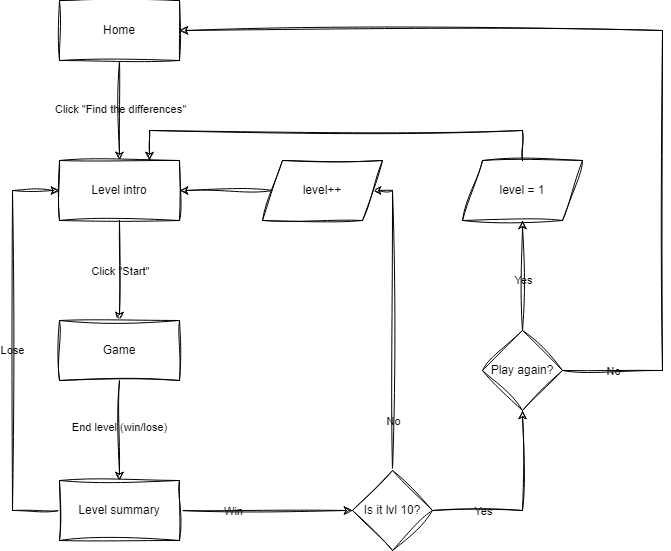
The draw.io diagram flowchart.png in vasilyoshev/ai-assistant, before a commit. Source tidied: cells renumbered, new cells last; positions are measured from the earlier drawing's top-left corner, leaving out a move shared by most shapes. The source it was exported from:
```xml
<mxGraphModel>
  <root>
    <mxCell id="0" />
    <mxCell id="1" parent="0" />
    <mxCell id="2" style="edgeStyle=orthogonalEdgeStyle;rounded=0;jettySize=auto;html=1;labelBackgroundColor=none;fontColor=default;sketch=1;curveFitting=1;jiggle=2;" parent="1" edge="1" source="4" target="7">
      <mxGeometry relative="1" as="geometry" />
    </mxCell>
    <mxCell id="3" value="Click &quot;Find the differences&quot;" style="edgeLabel;html=1;align=center;verticalAlign=middle;labelBackgroundColor=none;rounded=0;sketch=1;curveFitting=1;jiggle=2;" parent="2" vertex="1">
      <mxGeometry x="-0.04" relative="1" as="geometry" />
    </mxCell>
    <mxCell id="4" value="Home" style="rounded=0;whiteSpace=wrap;html=1;labelBackgroundColor=none;sketch=1;curveFitting=1;jiggle=2;" parent="1" vertex="1">
      <mxGeometry x="47" width="120" height="60" as="geometry" />
    </mxCell>
    <mxCell id="5" style="edgeStyle=orthogonalEdgeStyle;rounded=0;jettySize=auto;html=1;exitX=0.5;exitY=1;exitDx=0;exitDy=0;entryX=0.5;entryY=0;entryDx=0;entryDy=0;labelBackgroundColor=none;fontColor=default;sketch=1;curveFitting=1;jiggle=2;" parent="1" edge="1" source="7" target="10">
      <mxGeometry relative="1" as="geometry" />
    </mxCell>
    <mxCell id="6" value="Click &quot;Start&quot;" style="edgeLabel;html=1;align=center;verticalAlign=middle;labelBackgroundColor=none;rounded=0;sketch=1;curveFitting=1;jiggle=2;" parent="5" vertex="1">
      <mxGeometry relative="1" as="geometry" />
    </mxCell>
    <mxCell id="7" value="Level intro" style="rounded=0;whiteSpace=wrap;html=1;labelBackgroundColor=none;sketch=1;curveFitting=1;jiggle=2;" parent="1" vertex="1">
      <mxGeometry x="47" y="160" width="120" height="60" as="geometry" />
    </mxCell>
    <mxCell id="8" style="edgeStyle=orthogonalEdgeStyle;rounded=0;jettySize=auto;html=1;entryX=0.5;entryY=0;entryDx=0;entryDy=0;labelBackgroundColor=none;fontColor=default;sketch=1;curveFitting=1;jiggle=2;" parent="1" edge="1" source="10" target="15">
      <mxGeometry relative="1" as="geometry" />
    </mxCell>
    <mxCell id="9" value="End level (win/lose)" style="edgeLabel;html=1;align=center;verticalAlign=middle;labelBackgroundColor=none;rounded=0;sketch=1;curveFitting=1;jiggle=2;" parent="8" vertex="1">
      <mxGeometry x="-0.08" y="-1" relative="1" as="geometry" />
    </mxCell>
    <mxCell id="10" value="Game" style="rounded=0;whiteSpace=wrap;html=1;labelBackgroundColor=none;sketch=1;curveFitting=1;jiggle=2;" parent="1" vertex="1">
      <mxGeometry x="47" y="320" width="120" height="60" as="geometry" />
    </mxCell>
    <mxCell id="11" style="edgeStyle=orthogonalEdgeStyle;rounded=0;jettySize=auto;html=1;entryX=0;entryY=0.5;entryDx=0;entryDy=0;labelBackgroundColor=none;fontColor=default;sketch=1;curveFitting=1;jiggle=2;" parent="1" edge="1" source="15" target="7">
      <mxGeometry relative="1" as="geometry">
        <Array as="points">
          <mxPoint y="510" />
          <mxPoint y="190" />
        </Array>
      </mxGeometry>
    </mxCell>
    <mxCell id="12" value="Lose" style="edgeLabel;html=1;align=center;verticalAlign=middle;labelBackgroundColor=none;rounded=0;sketch=1;curveFitting=1;jiggle=2;" parent="11" vertex="1">
      <mxGeometry x="0.01" y="1" relative="1" as="geometry" />
    </mxCell>
    <mxCell id="13" style="edgeStyle=orthogonalEdgeStyle;rounded=0;jettySize=auto;html=1;exitX=1;exitY=0.5;exitDx=0;exitDy=0;labelBackgroundColor=none;fontColor=default;sketch=1;curveFitting=1;jiggle=2;" parent="1" edge="1" source="15" target="20">
      <mxGeometry relative="1" as="geometry" />
    </mxCell>
    <mxCell id="14" value="Win" style="edgeLabel;html=1;align=center;verticalAlign=middle;labelBackgroundColor=none;rounded=0;sketch=1;curveFitting=1;jiggle=2;" parent="13" vertex="1">
      <mxGeometry x="-0.2" y="-1" relative="1" as="geometry">
        <mxPoint x="-16" y="-1" as="offset" />
      </mxGeometry>
    </mxCell>
    <mxCell id="15" value="Level summary" style="rounded=0;whiteSpace=wrap;html=1;labelBackgroundColor=none;sketch=1;curveFitting=1;jiggle=2;" parent="1" vertex="1">
      <mxGeometry x="47" y="480" width="120" height="60" as="geometry" />
    </mxCell>
    <mxCell id="16" style="edgeStyle=orthogonalEdgeStyle;rounded=0;jettySize=auto;html=1;exitX=0.5;exitY=0;exitDx=0;exitDy=0;entryX=1;entryY=0.5;entryDx=0;entryDy=0;labelBackgroundColor=none;fontColor=default;sketch=1;curveFitting=1;jiggle=2;" parent="1" edge="1" source="20" target="22">
      <mxGeometry relative="1" as="geometry">
        <Array as="points">
          <mxPoint x="380" y="190" />
        </Array>
      </mxGeometry>
    </mxCell>
    <mxCell id="17" value="No" style="edgeLabel;html=1;align=center;verticalAlign=middle;labelBackgroundColor=none;rounded=0;sketch=1;curveFitting=1;jiggle=2;" parent="16" vertex="1">
      <mxGeometry x="0.29" y="2" relative="1" as="geometry">
        <mxPoint x="2" y="143" as="offset" />
      </mxGeometry>
    </mxCell>
    <mxCell id="18" style="edgeStyle=orthogonalEdgeStyle;rounded=0;jettySize=auto;html=1;entryX=0.5;entryY=1;entryDx=0;entryDy=0;labelBackgroundColor=none;fontColor=default;sketch=1;curveFitting=1;jiggle=2;" parent="1" edge="1" source="20" target="27">
      <mxGeometry relative="1" as="geometry" />
    </mxCell>
    <mxCell id="19" value="Yes" style="edgeLabel;html=1;align=center;verticalAlign=middle;labelBackgroundColor=none;rounded=0;sketch=1;curveFitting=1;jiggle=2;" parent="18" vertex="1">
      <mxGeometry x="-0.02" relative="1" as="geometry">
        <mxPoint x="-40" y="3" as="offset" />
      </mxGeometry>
    </mxCell>
    <mxCell id="20" value="Is it lvl 10?" style="rhombus;whiteSpace=wrap;html=1;labelBackgroundColor=none;rounded=0;sketch=1;curveFitting=1;jiggle=2;" parent="1" vertex="1">
      <mxGeometry x="340" y="470" width="80" height="80" as="geometry" />
    </mxCell>
    <mxCell id="21" style="edgeStyle=orthogonalEdgeStyle;rounded=0;jettySize=auto;html=1;labelBackgroundColor=none;fontColor=default;sketch=1;curveFitting=1;jiggle=2;" parent="1" edge="1" source="22" target="7">
      <mxGeometry relative="1" as="geometry" />
    </mxCell>
    <mxCell id="22" value="level++" style="shape=parallelogram;perimeter=parallelogramPerimeter;whiteSpace=wrap;html=1;fixedSize=1;labelBackgroundColor=none;rounded=0;sketch=1;curveFitting=1;jiggle=2;" parent="1" vertex="1">
      <mxGeometry x="250" y="160" width="120" height="60" as="geometry" />
    </mxCell>
    <mxCell id="23" style="edgeStyle=orthogonalEdgeStyle;rounded=0;jettySize=auto;html=1;entryX=0.5;entryY=1;entryDx=0;entryDy=0;labelBackgroundColor=none;fontColor=default;sketch=1;curveFitting=1;jiggle=2;" parent="1" edge="1" source="27" target="29">
      <mxGeometry relative="1" as="geometry" />
    </mxCell>
    <mxCell id="24" value="Yes" style="edgeLabel;html=1;align=center;verticalAlign=middle;labelBackgroundColor=none;rounded=0;sketch=1;curveFitting=1;jiggle=2;" parent="23" vertex="1">
      <mxGeometry x="-0.01" relative="1" as="geometry">
        <mxPoint y="4" as="offset" />
      </mxGeometry>
    </mxCell>
    <mxCell id="25" style="edgeStyle=orthogonalEdgeStyle;rounded=0;jettySize=auto;html=1;entryX=1;entryY=0.5;entryDx=0;entryDy=0;labelBackgroundColor=none;fontColor=default;sketch=1;curveFitting=1;jiggle=2;" parent="1" edge="1" source="27" target="4">
      <mxGeometry relative="1" as="geometry">
        <Array as="points">
          <mxPoint x="650" y="370" />
          <mxPoint x="650" y="30" />
        </Array>
      </mxGeometry>
    </mxCell>
    <mxCell id="26" value="No" style="edgeLabel;html=1;align=center;verticalAlign=middle;labelBackgroundColor=none;rounded=0;sketch=1;curveFitting=1;jiggle=2;" parent="25" vertex="1">
      <mxGeometry x="-0.44" y="-1" relative="1" as="geometry">
        <mxPoint x="-51" y="158" as="offset" />
      </mxGeometry>
    </mxCell>
    <mxCell id="27" value="Play again?" style="rhombus;whiteSpace=wrap;html=1;labelBackgroundColor=none;rounded=0;sketch=1;curveFitting=1;jiggle=2;" parent="1" vertex="1">
      <mxGeometry x="470" y="330" width="80" height="80" as="geometry" />
    </mxCell>
    <mxCell id="28" style="edgeStyle=orthogonalEdgeStyle;rounded=0;jettySize=auto;html=1;entryX=0.75;entryY=0;entryDx=0;entryDy=0;labelBackgroundColor=none;fontColor=default;sketch=1;curveFitting=1;jiggle=2;" parent="1" edge="1" source="29" target="7">
      <mxGeometry relative="1" as="geometry">
        <Array as="points">
          <mxPoint x="510" y="130" />
          <mxPoint x="137" y="130" />
        </Array>
      </mxGeometry>
    </mxCell>
    <mxCell id="29" value="level = 1" style="shape=parallelogram;perimeter=parallelogramPerimeter;whiteSpace=wrap;html=1;fixedSize=1;labelBackgroundColor=none;rounded=0;sketch=1;curveFitting=1;jiggle=2;" parent="1" vertex="1">
      <mxGeometry x="450" y="160" width="120" height="60" as="geometry" />
    </mxCell>
  </root>
</mxGraphModel>
```
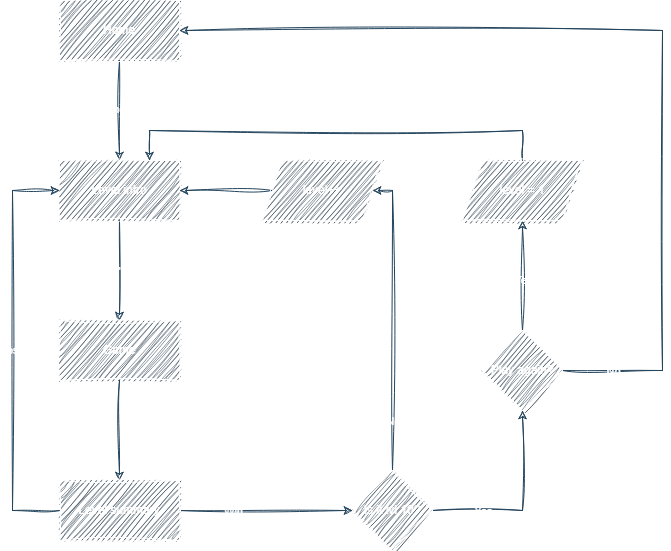
After the change.

Diff of the diagram source:
```diff
@@ -2,34 +2,34 @@
   <root>
     <mxCell id="0" />
     <mxCell id="1" parent="0" />
-    <mxCell id="2" style="edgeStyle=orthogonalEdgeStyle;rounded=0;jettySize=auto;html=1;labelBackgroundColor=none;fontColor=default;sketch=1;curveFitting=1;jiggle=2;" parent="1" edge="1" source="4" target="7">
+    <mxCell id="2" style="edgeStyle=orthogonalEdgeStyle;rounded=0;jettySize=auto;html=1;labelBackgroundColor=none;fontColor=default;strokeColor=#23445D;sketch=1;curveFitting=1;jiggle=2;" parent="1" edge="1" source="4" target="7">
       <mxGeometry relative="1" as="geometry" />
     </mxCell>
-    <mxCell id="3" value="Click &quot;Find the differences&quot;" style="edgeLabel;html=1;align=center;verticalAlign=middle;labelBackgroundColor=none;rounded=0;sketch=1;curveFitting=1;jiggle=2;" parent="2" vertex="1">
+    <mxCell id="3" value="Click &quot;Find the differences&quot;" style="edgeLabel;html=1;align=center;verticalAlign=middle;labelBackgroundColor=none;rounded=0;fontColor=#FFFFFF;sketch=1;curveFitting=1;jiggle=2;" parent="2" vertex="1">
       <mxGeometry x="-0.04" relative="1" as="geometry" />
     </mxCell>
-    <mxCell id="4" value="Home" style="rounded=0;whiteSpace=wrap;html=1;labelBackgroundColor=none;sketch=1;curveFitting=1;jiggle=2;" parent="1" vertex="1">
+    <mxCell id="4" value="Home" style="rounded=0;whiteSpace=wrap;html=1;labelBackgroundColor=none;fillColor=#182E3E;strokeColor=#FFFFFF;fontColor=#FFFFFF;sketch=1;curveFitting=1;jiggle=2;" parent="1" vertex="1">
       <mxGeometry x="47" width="120" height="60" as="geometry" />
     </mxCell>
-    <mxCell id="5" style="edgeStyle=orthogonalEdgeStyle;rounded=0;jettySize=auto;html=1;exitX=0.5;exitY=1;exitDx=0;exitDy=0;entryX=0.5;entryY=0;entryDx=0;entryDy=0;labelBackgroundColor=none;fontColor=default;sketch=1;curveFitting=1;jiggle=2;" parent="1" edge="1" source="7" target="10">
+    <mxCell id="5" style="edgeStyle=orthogonalEdgeStyle;rounded=0;jettySize=auto;html=1;exitX=0.5;exitY=1;exitDx=0;exitDy=0;entryX=0.5;entryY=0;entryDx=0;entryDy=0;labelBackgroundColor=none;fontColor=default;strokeColor=#23445D;sketch=1;curveFitting=1;jiggle=2;" parent="1" edge="1" source="7" target="10">
       <mxGeometry relative="1" as="geometry" />
     </mxCell>
-    <mxCell id="6" value="Click &quot;Start&quot;" style="edgeLabel;html=1;align=center;verticalAlign=middle;labelBackgroundColor=none;rounded=0;sketch=1;curveFitting=1;jiggle=2;" parent="5" vertex="1">
+    <mxCell id="6" value="Click &quot;Start&quot;" style="edgeLabel;html=1;align=center;verticalAlign=middle;labelBackgroundColor=none;rounded=0;fontColor=#FFFFFF;sketch=1;curveFitting=1;jiggle=2;" parent="5" vertex="1">
       <mxGeometry relative="1" as="geometry" />
     </mxCell>
-    <mxCell id="7" value="Level intro" style="rounded=0;whiteSpace=wrap;html=1;labelBackgroundColor=none;sketch=1;curveFitting=1;jiggle=2;" parent="1" vertex="1">
+    <mxCell id="7" value="Level intro" style="rounded=0;whiteSpace=wrap;html=1;labelBackgroundColor=none;fillColor=#182E3E;strokeColor=#FFFFFF;fontColor=#FFFFFF;sketch=1;curveFitting=1;jiggle=2;" parent="1" vertex="1">
       <mxGeometry x="47" y="160" width="120" height="60" as="geometry" />
     </mxCell>
-    <mxCell id="8" style="edgeStyle=orthogonalEdgeStyle;rounded=0;jettySize=auto;html=1;entryX=0.5;entryY=0;entryDx=0;entryDy=0;labelBackgroundColor=none;fontColor=default;sketch=1;curveFitting=1;jiggle=2;" parent="1" edge="1" source="10" target="15">
+    <mxCell id="8" style="edgeStyle=orthogonalEdgeStyle;rounded=0;jettySize=auto;html=1;entryX=0.5;entryY=0;entryDx=0;entryDy=0;labelBackgroundColor=none;fontColor=default;strokeColor=#23445D;sketch=1;curveFitting=1;jiggle=2;" parent="1" edge="1" source="10" target="15">
       <mxGeometry relative="1" as="geometry" />
     </mxCell>
-    <mxCell id="9" value="End level (win/lose)" style="edgeLabel;html=1;align=center;verticalAlign=middle;labelBackgroundColor=none;rounded=0;sketch=1;curveFitting=1;jiggle=2;" parent="8" vertex="1">
+    <mxCell id="9" value="End level (win/lose)" style="edgeLabel;html=1;align=center;verticalAlign=middle;labelBackgroundColor=none;rounded=0;fontColor=#FFFFFF;sketch=1;curveFitting=1;jiggle=2;" parent="8" vertex="1">
       <mxGeometry x="-0.08" y="-1" relative="1" as="geometry" />
     </mxCell>
-    <mxCell id="10" value="Game" style="rounded=0;whiteSpace=wrap;html=1;labelBackgroundColor=none;sketch=1;curveFitting=1;jiggle=2;" parent="1" vertex="1">
+    <mxCell id="10" value="Game" style="rounded=0;whiteSpace=wrap;html=1;labelBackgroundColor=none;fillColor=#182E3E;strokeColor=#FFFFFF;fontColor=#FFFFFF;sketch=1;curveFitting=1;jiggle=2;" parent="1" vertex="1">
       <mxGeometry x="47" y="320" width="120" height="60" as="geometry" />
     </mxCell>
-    <mxCell id="11" style="edgeStyle=orthogonalEdgeStyle;rounded=0;jettySize=auto;html=1;entryX=0;entryY=0.5;entryDx=0;entryDy=0;labelBackgroundColor=none;fontColor=default;sketch=1;curveFitting=1;jiggle=2;" parent="1" edge="1" source="15" target="7">
+    <mxCell id="11" style="edgeStyle=orthogonalEdgeStyle;rounded=0;jettySize=auto;html=1;entryX=0;entryY=0.5;entryDx=0;entryDy=0;labelBackgroundColor=none;fontColor=default;strokeColor=#23445D;sketch=1;curveFitting=1;jiggle=2;" parent="1" edge="1" source="15" target="7">
       <mxGeometry relative="1" as="geometry">
         <Array as="points">
           <mxPoint y="510" />
@@ -37,58 +37,58 @@
         </Array>
       </mxGeometry>
     </mxCell>
-    <mxCell id="12" value="Lose" style="edgeLabel;html=1;align=center;verticalAlign=middle;labelBackgroundColor=none;rounded=0;sketch=1;curveFitting=1;jiggle=2;" parent="11" vertex="1">
+    <mxCell id="12" value="Lose" style="edgeLabel;html=1;align=center;verticalAlign=middle;labelBackgroundColor=none;rounded=0;fontColor=#FFFFFF;sketch=1;curveFitting=1;jiggle=2;" parent="11" vertex="1">
       <mxGeometry x="0.01" y="1" relative="1" as="geometry" />
     </mxCell>
-    <mxCell id="13" style="edgeStyle=orthogonalEdgeStyle;rounded=0;jettySize=auto;html=1;exitX=1;exitY=0.5;exitDx=0;exitDy=0;labelBackgroundColor=none;fontColor=default;sketch=1;curveFitting=1;jiggle=2;" parent="1" edge="1" source="15" target="20">
+    <mxCell id="13" style="edgeStyle=orthogonalEdgeStyle;rounded=0;jettySize=auto;html=1;exitX=1;exitY=0.5;exitDx=0;exitDy=0;labelBackgroundColor=none;fontColor=default;strokeColor=#23445D;sketch=1;curveFitting=1;jiggle=2;" parent="1" edge="1" source="15" target="20">
       <mxGeometry relative="1" as="geometry" />
     </mxCell>
-    <mxCell id="14" value="Win" style="edgeLabel;html=1;align=center;verticalAlign=middle;labelBackgroundColor=none;rounded=0;sketch=1;curveFitting=1;jiggle=2;" parent="13" vertex="1">
+    <mxCell id="14" value="Win" style="edgeLabel;html=1;align=center;verticalAlign=middle;labelBackgroundColor=none;rounded=0;fontColor=#FFFFFF;sketch=1;curveFitting=1;jiggle=2;" parent="13" vertex="1">
       <mxGeometry x="-0.2" y="-1" relative="1" as="geometry">
         <mxPoint x="-16" y="-1" as="offset" />
       </mxGeometry>
     </mxCell>
-    <mxCell id="15" value="Level summary" style="rounded=0;whiteSpace=wrap;html=1;labelBackgroundColor=none;sketch=1;curveFitting=1;jiggle=2;" parent="1" vertex="1">
+    <mxCell id="15" value="Level summary" style="rounded=0;whiteSpace=wrap;html=1;labelBackgroundColor=none;fillColor=#182E3E;strokeColor=#FFFFFF;fontColor=#FFFFFF;sketch=1;curveFitting=1;jiggle=2;" parent="1" vertex="1">
       <mxGeometry x="47" y="480" width="120" height="60" as="geometry" />
     </mxCell>
-    <mxCell id="16" style="edgeStyle=orthogonalEdgeStyle;rounded=0;jettySize=auto;html=1;exitX=0.5;exitY=0;exitDx=0;exitDy=0;entryX=1;entryY=0.5;entryDx=0;entryDy=0;labelBackgroundColor=none;fontColor=default;sketch=1;curveFitting=1;jiggle=2;" parent="1" edge="1" source="20" target="22">
+    <mxCell id="16" style="edgeStyle=orthogonalEdgeStyle;rounded=0;jettySize=auto;html=1;exitX=0.5;exitY=0;exitDx=0;exitDy=0;entryX=1;entryY=0.5;entryDx=0;entryDy=0;labelBackgroundColor=none;fontColor=default;strokeColor=#23445D;sketch=1;curveFitting=1;jiggle=2;" parent="1" edge="1" source="20" target="22">
       <mxGeometry relative="1" as="geometry">
         <Array as="points">
           <mxPoint x="380" y="190" />
         </Array>
       </mxGeometry>
     </mxCell>
-    <mxCell id="17" value="No" style="edgeLabel;html=1;align=center;verticalAlign=middle;labelBackgroundColor=none;rounded=0;sketch=1;curveFitting=1;jiggle=2;" parent="16" vertex="1">
+    <mxCell id="17" value="No" style="edgeLabel;html=1;align=center;verticalAlign=middle;labelBackgroundColor=none;rounded=0;fontColor=#FFFFFF;sketch=1;curveFitting=1;jiggle=2;" parent="16" vertex="1">
       <mxGeometry x="0.29" y="2" relative="1" as="geometry">
         <mxPoint x="2" y="143" as="offset" />
       </mxGeometry>
     </mxCell>
-    <mxCell id="18" style="edgeStyle=orthogonalEdgeStyle;rounded=0;jettySize=auto;html=1;entryX=0.5;entryY=1;entryDx=0;entryDy=0;labelBackgroundColor=none;fontColor=default;sketch=1;curveFitting=1;jiggle=2;" parent="1" edge="1" source="20" target="27">
+    <mxCell id="18" style="edgeStyle=orthogonalEdgeStyle;rounded=0;jettySize=auto;html=1;entryX=0.5;entryY=1;entryDx=0;entryDy=0;labelBackgroundColor=none;fontColor=default;strokeColor=#23445D;sketch=1;curveFitting=1;jiggle=2;" parent="1" edge="1" source="20" target="27">
       <mxGeometry relative="1" as="geometry" />
     </mxCell>
-    <mxCell id="19" value="Yes" style="edgeLabel;html=1;align=center;verticalAlign=middle;labelBackgroundColor=none;rounded=0;sketch=1;curveFitting=1;jiggle=2;" parent="18" vertex="1">
+    <mxCell id="19" value="Yes" style="edgeLabel;html=1;align=center;verticalAlign=middle;labelBackgroundColor=none;rounded=0;fontColor=#FFFFFF;sketch=1;curveFitting=1;jiggle=2;" parent="18" vertex="1">
       <mxGeometry x="-0.02" relative="1" as="geometry">
         <mxPoint x="-40" y="3" as="offset" />
       </mxGeometry>
     </mxCell>
-    <mxCell id="20" value="Is it lvl 10?" style="rhombus;whiteSpace=wrap;html=1;labelBackgroundColor=none;rounded=0;sketch=1;curveFitting=1;jiggle=2;" parent="1" vertex="1">
+    <mxCell id="20" value="Is it lvl 10?" style="rhombus;whiteSpace=wrap;html=1;labelBackgroundColor=none;rounded=0;fillColor=#182E3E;strokeColor=#FFFFFF;fontColor=#FFFFFF;sketch=1;curveFitting=1;jiggle=2;" parent="1" vertex="1">
       <mxGeometry x="340" y="470" width="80" height="80" as="geometry" />
     </mxCell>
-    <mxCell id="21" style="edgeStyle=orthogonalEdgeStyle;rounded=0;jettySize=auto;html=1;labelBackgroundColor=none;fontColor=default;sketch=1;curveFitting=1;jiggle=2;" parent="1" edge="1" source="22" target="7">
+    <mxCell id="21" style="edgeStyle=orthogonalEdgeStyle;rounded=0;jettySize=auto;html=1;labelBackgroundColor=none;fontColor=default;strokeColor=#23445D;sketch=1;curveFitting=1;jiggle=2;" parent="1" edge="1" source="22" target="7">
       <mxGeometry relative="1" as="geometry" />
     </mxCell>
-    <mxCell id="22" value="level++" style="shape=parallelogram;perimeter=parallelogramPerimeter;whiteSpace=wrap;html=1;fixedSize=1;labelBackgroundColor=none;rounded=0;sketch=1;curveFitting=1;jiggle=2;" parent="1" vertex="1">
+    <mxCell id="22" value="level++" style="shape=parallelogram;perimeter=parallelogramPerimeter;whiteSpace=wrap;html=1;fixedSize=1;labelBackgroundColor=none;rounded=0;fillColor=#182E3E;strokeColor=#FFFFFF;fontColor=#FFFFFF;sketch=1;curveFitting=1;jiggle=2;" parent="1" vertex="1">
       <mxGeometry x="250" y="160" width="120" height="60" as="geometry" />
     </mxCell>
-    <mxCell id="23" style="edgeStyle=orthogonalEdgeStyle;rounded=0;jettySize=auto;html=1;entryX=0.5;entryY=1;entryDx=0;entryDy=0;labelBackgroundColor=none;fontColor=default;sketch=1;curveFitting=1;jiggle=2;" parent="1" edge="1" source="27" target="29">
+    <mxCell id="23" style="edgeStyle=orthogonalEdgeStyle;rounded=0;jettySize=auto;html=1;entryX=0.5;entryY=1;entryDx=0;entryDy=0;labelBackgroundColor=none;fontColor=default;strokeColor=#23445D;sketch=1;curveFitting=1;jiggle=2;" parent="1" edge="1" source="27" target="29">
       <mxGeometry relative="1" as="geometry" />
     </mxCell>
-    <mxCell id="24" value="Yes" style="edgeLabel;html=1;align=center;verticalAlign=middle;labelBackgroundColor=none;rounded=0;sketch=1;curveFitting=1;jiggle=2;" parent="23" vertex="1">
+    <mxCell id="24" value="Yes" style="edgeLabel;html=1;align=center;verticalAlign=middle;labelBackgroundColor=none;rounded=0;fontColor=#FFFFFF;sketch=1;curveFitting=1;jiggle=2;" parent="23" vertex="1">
       <mxGeometry x="-0.01" relative="1" as="geometry">
         <mxPoint y="4" as="offset" />
       </mxGeometry>
     </mxCell>
-    <mxCell id="25" style="edgeStyle=orthogonalEdgeStyle;rounded=0;jettySize=auto;html=1;entryX=1;entryY=0.5;entryDx=0;entryDy=0;labelBackgroundColor=none;fontColor=default;sketch=1;curveFitting=1;jiggle=2;" parent="1" edge="1" source="27" target="4">
+    <mxCell id="25" style="edgeStyle=orthogonalEdgeStyle;rounded=0;jettySize=auto;html=1;entryX=1;entryY=0.5;entryDx=0;entryDy=0;labelBackgroundColor=none;fontColor=default;strokeColor=#23445D;sketch=1;curveFitting=1;jiggle=2;" parent="1" edge="1" source="27" target="4">
       <mxGeometry relative="1" as="geometry">
         <Array as="points">
           <mxPoint x="650" y="370" />
@@ -96,15 +96,15 @@
         </Array>
       </mxGeometry>
     </mxCell>
-    <mxCell id="26" value="No" style="edgeLabel;html=1;align=center;verticalAlign=middle;labelBackgroundColor=none;rounded=0;sketch=1;curveFitting=1;jiggle=2;" parent="25" vertex="1">
+    <mxCell id="26" value="No" style="edgeLabel;html=1;align=center;verticalAlign=middle;labelBackgroundColor=none;rounded=0;fontColor=#FFFFFF;sketch=1;curveFitting=1;jiggle=2;" parent="25" vertex="1">
       <mxGeometry x="-0.44" y="-1" relative="1" as="geometry">
         <mxPoint x="-51" y="158" as="offset" />
       </mxGeometry>
     </mxCell>
-    <mxCell id="27" value="Play again?" style="rhombus;whiteSpace=wrap;html=1;labelBackgroundColor=none;rounded=0;sketch=1;curveFitting=1;jiggle=2;" parent="1" vertex="1">
+    <mxCell id="27" value="Play again?" style="rhombus;whiteSpace=wrap;html=1;labelBackgroundColor=none;rounded=0;fillColor=#182E3E;strokeColor=#FFFFFF;fontColor=#FFFFFF;sketch=1;curveFitting=1;jiggle=2;" parent="1" vertex="1">
       <mxGeometry x="470" y="330" width="80" height="80" as="geometry" />
     </mxCell>
-    <mxCell id="28" style="edgeStyle=orthogonalEdgeStyle;rounded=0;jettySize=auto;html=1;entryX=0.75;entryY=0;entryDx=0;entryDy=0;labelBackgroundColor=none;fontColor=default;sketch=1;curveFitting=1;jiggle=2;" parent="1" edge="1" source="29" target="7">
+    <mxCell id="28" style="edgeStyle=orthogonalEdgeStyle;rounded=0;jettySize=auto;html=1;entryX=0.75;entryY=0;entryDx=0;entryDy=0;labelBackgroundColor=none;fontColor=default;strokeColor=#23445D;sketch=1;curveFitting=1;jiggle=2;" parent="1" edge="1" source="29" target="7">
       <mxGeometry relative="1" as="geometry">
         <Array as="points">
           <mxPoint x="510" y="130" />
@@ -112,7 +112,7 @@
         </Array>
       </mxGeometry>
     </mxCell>
-    <mxCell id="29" value="level = 1" style="shape=parallelogram;perimeter=parallelogramPerimeter;whiteSpace=wrap;html=1;fixedSize=1;labelBackgroundColor=none;rounded=0;sketch=1;curveFitting=1;jiggle=2;" parent="1" vertex="1">
+    <mxCell id="29" value="level = 1" style="shape=parallelogram;perimeter=parallelogramPerimeter;whiteSpace=wrap;html=1;fixedSize=1;labelBackgroundColor=none;rounded=0;fillColor=#182E3E;strokeColor=#FFFFFF;fontColor=#FFFFFF;sketch=1;curveFitting=1;jiggle=2;" parent="1" vertex="1">
       <mxGeometry x="450" y="160" width="120" height="60" as="geometry" />
     </mxCell>
   </root>
```
